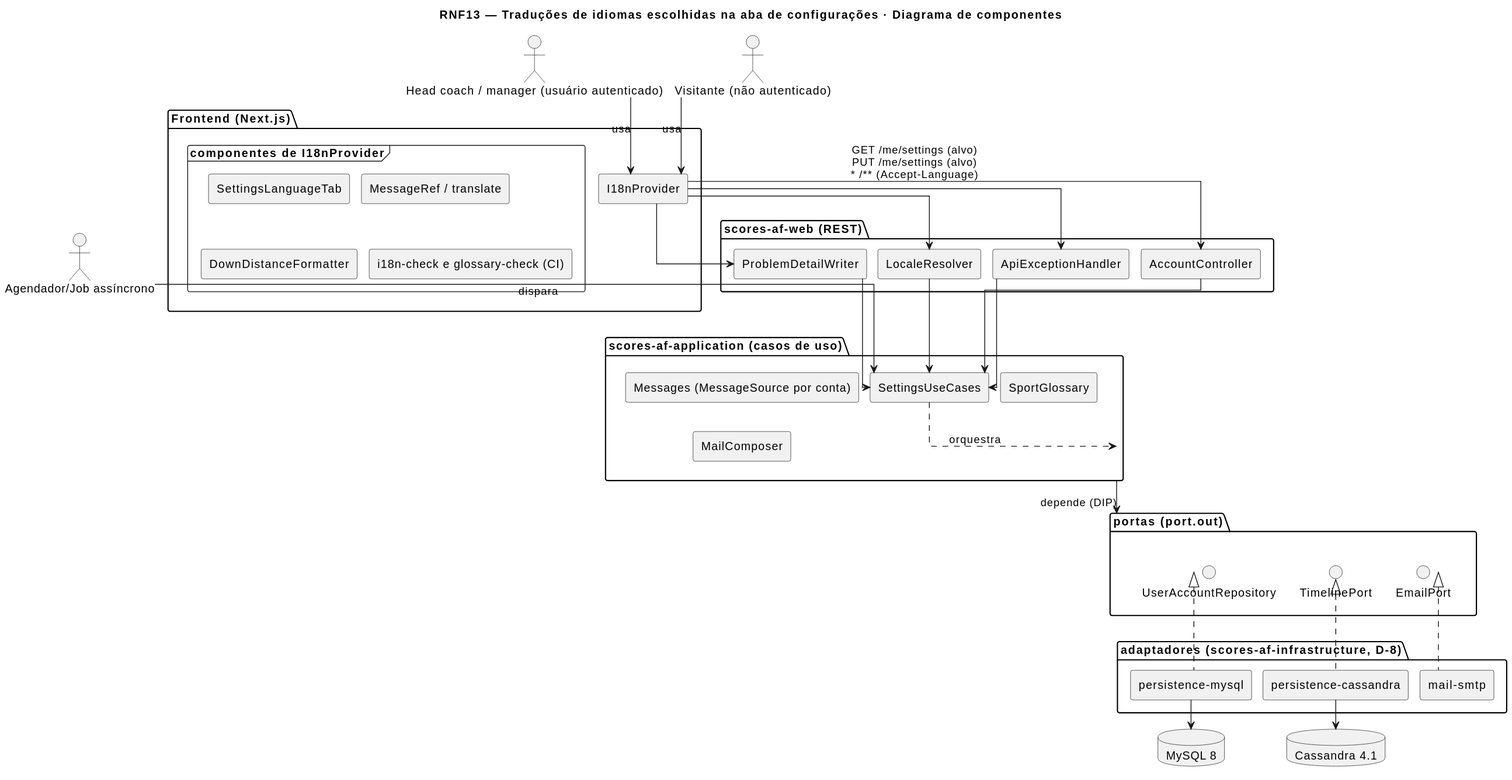
Above: docs/RNF13/RNF13-cmp.svg in MatheusHaliski/Scores-American-Football (PlantUML), before the change.
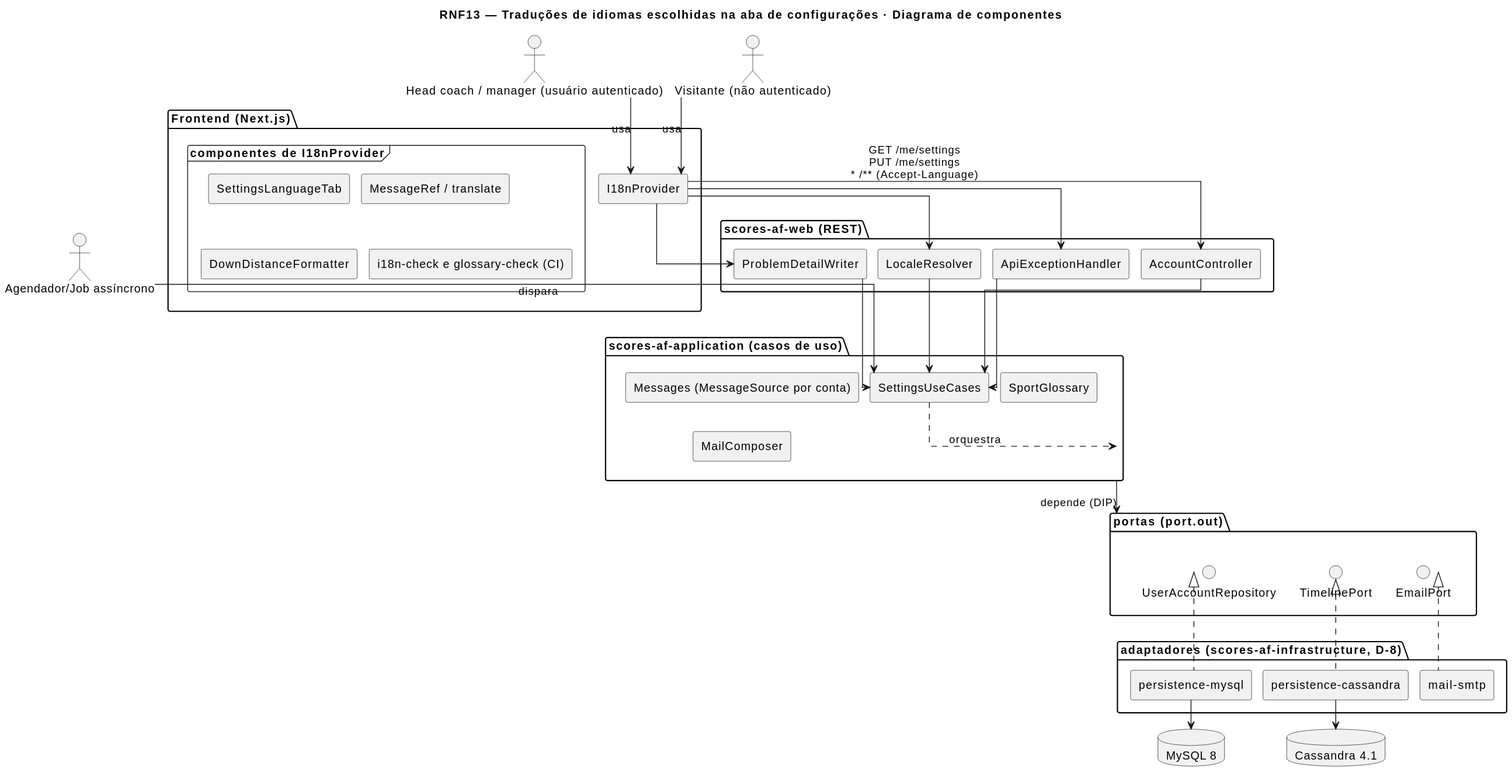
After the commit.

What changed in the source:
```diff
@@ -43,7 +43,7 @@
 c1 --> c4 : usa
 c2 --> c4 : usa
 c3 --> c13 : dispara
-c4 --> c9 : GET /me/settings (alvo)\nPUT /me/settings (alvo)\n* /** (Accept-Language)
+c4 --> c9 : GET /me/settings\nPUT /me/settings\n* /** (Accept-Language)
 c4 --> c10
 c4 --> c11
 c4 --> c12
```
